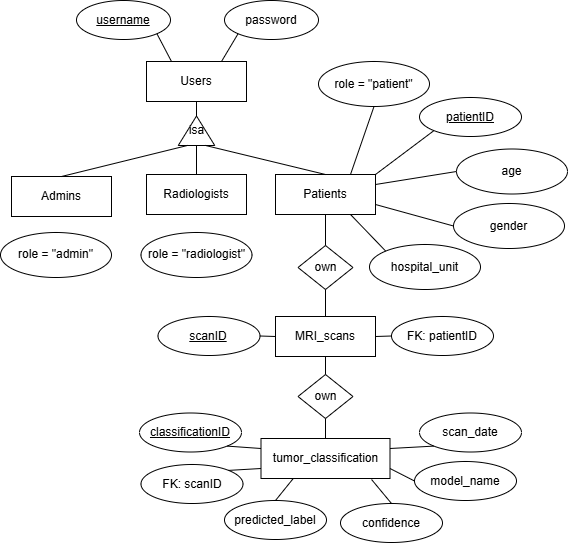
The draw.io diagram MyApp/static/images/ERD.drawio.png in jp74ham/Brain_Tumor_Detection, before a commit. Source tidied: cells renumbered, new cells last; positions are measured from the earlier drawing's top-left corner, leaving out a move shared by most shapes. Source of this version:
```xml
<mxGraphModel>
  <root>
    <mxCell id="0" />
    <mxCell id="1" parent="0" />
    <mxCell id="2" value="Users" style="whiteSpace=wrap;html=1;align=center;strokeColor=default;" parent="1" vertex="1">
      <mxGeometry x="146" y="61" width="100" height="40" as="geometry" />
    </mxCell>
    <mxCell id="3" value="MRI_scans" style="whiteSpace=wrap;html=1;align=center;" parent="1" vertex="1">
      <mxGeometry x="275" y="316" width="100" height="40" as="geometry" />
    </mxCell>
    <mxCell id="4" value="tumor_classification" style="whiteSpace=wrap;html=1;align=center;" parent="1" vertex="1">
      <mxGeometry x="260.5" y="438" width="129" height="40" as="geometry" />
    </mxCell>
    <mxCell id="5" value="Patients" style="whiteSpace=wrap;html=1;align=center;" parent="1" vertex="1">
      <mxGeometry x="275" y="174" width="100" height="40" as="geometry" />
    </mxCell>
    <mxCell id="6" value="Radiologists" style="whiteSpace=wrap;html=1;align=center;" parent="1" vertex="1">
      <mxGeometry x="146" y="174" width="100" height="40" as="geometry" />
    </mxCell>
    <mxCell id="7" value="Admins" style="whiteSpace=wrap;html=1;align=center;" parent="1" vertex="1">
      <mxGeometry x="11" y="176" width="100" height="40" as="geometry" />
    </mxCell>
    <mxCell id="8" value="role = &quot;admin&quot;" style="ellipse;whiteSpace=wrap;html=1;" parent="1" vertex="1">
      <mxGeometry y="232" width="111" height="45" as="geometry" />
    </mxCell>
    <mxCell id="9" value="role = &quot;patient&quot;" style="ellipse;whiteSpace=wrap;html=1;" parent="1" vertex="1">
      <mxGeometry x="318" y="61" width="111" height="45" as="geometry" />
    </mxCell>
    <mxCell id="10" value="role = &quot;radiologist&quot;" style="ellipse;whiteSpace=wrap;html=1;" parent="1" vertex="1">
      <mxGeometry x="140.5" y="232" width="111" height="45" as="geometry" />
    </mxCell>
    <mxCell id="11" value="&lt;u&gt;patientID&lt;/u&gt;" style="ellipse;whiteSpace=wrap;html=1;" parent="1" vertex="1">
      <mxGeometry x="419" y="97" width="102" height="39" as="geometry" />
    </mxCell>
    <mxCell id="12" value="&lt;u&gt;username&lt;/u&gt;" style="ellipse;whiteSpace=wrap;html=1;" parent="1" vertex="1">
      <mxGeometry x="76" width="94" height="39" as="geometry" />
    </mxCell>
    <mxCell id="13" value="password" style="ellipse;whiteSpace=wrap;html=1;" parent="1" vertex="1">
      <mxGeometry x="224" width="94" height="39" as="geometry" />
    </mxCell>
    <mxCell id="14" value="own" style="rhombus;whiteSpace=wrap;html=1;" parent="1" vertex="1">
      <mxGeometry x="297.5" y="245" width="55" height="44" as="geometry" />
    </mxCell>
    <mxCell id="15" value="isa" style="triangle;whiteSpace=wrap;html=1;rotation=-90;textDirection=vertical-lr;labelPosition=center;verticalLabelPosition=middle;align=center;verticalAlign=middle;" parent="1" vertex="1">
      <mxGeometry x="181.2" y="112" width="29.5" height="36.5" as="geometry" />
    </mxCell>
    <mxCell id="16" value="FK: patientID" style="ellipse;whiteSpace=wrap;html=1;" parent="1" vertex="1">
      <mxGeometry x="391" y="316" width="102" height="39" as="geometry" />
    </mxCell>
    <mxCell id="17" value="&lt;u&gt;scanID&lt;/u&gt;" style="ellipse;whiteSpace=wrap;html=1;" parent="1" vertex="1">
      <mxGeometry x="157.5" y="316" width="102" height="39" as="geometry" />
    </mxCell>
    <mxCell id="18" value="FK: scanID" style="ellipse;whiteSpace=wrap;html=1;" parent="1" vertex="1">
      <mxGeometry x="140.5" y="464" width="102" height="39" as="geometry" />
    </mxCell>
    <mxCell id="19" value="scan_date" style="ellipse;whiteSpace=wrap;html=1;" parent="1" vertex="1">
      <mxGeometry x="419" y="412.5" width="102" height="39" as="geometry" />
    </mxCell>
    <mxCell id="20" value="age" style="ellipse;whiteSpace=wrap;html=1;" parent="1" vertex="1">
      <mxGeometry x="456" y="148.5" width="111" height="45" as="geometry" />
    </mxCell>
    <mxCell id="21" value="gender" style="ellipse;whiteSpace=wrap;html=1;" parent="1" vertex="1">
      <mxGeometry x="453" y="203" width="111" height="45" as="geometry" />
    </mxCell>
    <mxCell id="22" value="hospital_unit" style="ellipse;whiteSpace=wrap;html=1;" parent="1" vertex="1">
      <mxGeometry x="369" y="244" width="111" height="45" as="geometry" />
    </mxCell>
    <mxCell id="23" value="&lt;u&gt;classificationID&lt;/u&gt;" style="ellipse;whiteSpace=wrap;html=1;" parent="1" vertex="1">
      <mxGeometry x="139" y="412.5" width="102" height="39" as="geometry" />
    </mxCell>
    <mxCell id="24" style="edgeStyle=none;curved=1;rounded=0;jettySize=auto;html=1;exitX=0.5;exitY=0;exitDx=0;exitDy=0;entryX=0;entryY=0.25;entryDx=0;entryDy=0;fontSize=12;startSize=8;endSize=8;endArrow=none;endFill=0;" parent="1" edge="1" source="7" target="15">
      <mxGeometry relative="1" as="geometry" />
    </mxCell>
    <mxCell id="25" style="edgeStyle=none;curved=1;rounded=0;jettySize=auto;html=1;exitX=0.5;exitY=0;exitDx=0;exitDy=0;entryX=0;entryY=0.5;entryDx=0;entryDy=0;fontSize=12;startSize=8;endSize=8;endArrow=none;endFill=0;" parent="1" edge="1" source="6" target="15">
      <mxGeometry relative="1" as="geometry" />
    </mxCell>
    <mxCell id="26" style="edgeStyle=none;curved=1;rounded=0;jettySize=auto;html=1;exitX=0;exitY=0.75;exitDx=0;exitDy=0;entryX=0.5;entryY=0;entryDx=0;entryDy=0;fontSize=12;startSize=8;endSize=8;endArrow=none;endFill=0;" parent="1" edge="1" source="15" target="5">
      <mxGeometry relative="1" as="geometry" />
    </mxCell>
    <mxCell id="27" style="edgeStyle=none;curved=1;rounded=0;jettySize=auto;html=1;exitX=0.75;exitY=0;exitDx=0;exitDy=0;entryX=0.5;entryY=1;entryDx=0;entryDy=0;fontSize=12;startSize=8;endSize=8;endArrow=none;endFill=0;" parent="1" edge="1" source="5" target="9">
      <mxGeometry relative="1" as="geometry" />
    </mxCell>
    <mxCell id="28" style="edgeStyle=none;curved=1;rounded=0;jettySize=auto;html=1;exitX=1;exitY=0;exitDx=0;exitDy=0;entryX=0;entryY=1;entryDx=0;entryDy=0;fontSize=12;startSize=8;endSize=8;endArrow=none;endFill=0;" parent="1" edge="1" source="5" target="11">
      <mxGeometry relative="1" as="geometry" />
    </mxCell>
    <mxCell id="29" style="edgeStyle=none;curved=1;rounded=0;jettySize=auto;html=1;exitX=1;exitY=0.25;exitDx=0;exitDy=0;entryX=0;entryY=0.5;entryDx=0;entryDy=0;fontSize=12;startSize=8;endSize=8;endArrow=none;endFill=0;" parent="1" edge="1" source="5" target="20">
      <mxGeometry relative="1" as="geometry" />
    </mxCell>
    <mxCell id="30" style="edgeStyle=none;curved=1;rounded=0;jettySize=auto;html=1;exitX=1;exitY=0.75;exitDx=0;exitDy=0;entryX=0;entryY=0.5;entryDx=0;entryDy=0;fontSize=12;startSize=8;endSize=8;endArrow=none;endFill=0;" parent="1" edge="1" source="5" target="21">
      <mxGeometry relative="1" as="geometry" />
    </mxCell>
    <mxCell id="31" style="edgeStyle=none;curved=1;rounded=0;jettySize=auto;html=1;exitX=0.75;exitY=1;exitDx=0;exitDy=0;entryX=0;entryY=0;entryDx=0;entryDy=0;fontSize=12;startSize=8;endSize=8;endArrow=none;endFill=0;" parent="1" edge="1" source="5" target="22">
      <mxGeometry relative="1" as="geometry" />
    </mxCell>
    <mxCell id="32" style="edgeStyle=none;curved=1;rounded=0;jettySize=auto;html=1;exitX=0.5;exitY=0;exitDx=0;exitDy=0;entryX=0.5;entryY=1;entryDx=0;entryDy=0;fontSize=12;startSize=8;endSize=8;endArrow=none;endFill=0;" parent="1" edge="1" source="14" target="5">
      <mxGeometry relative="1" as="geometry" />
    </mxCell>
    <mxCell id="33" style="edgeStyle=none;curved=1;rounded=0;jettySize=auto;html=1;exitX=1;exitY=0.5;exitDx=0;exitDy=0;entryX=0.5;entryY=1;entryDx=0;entryDy=0;fontSize=12;startSize=8;endSize=8;endArrow=none;endFill=0;" parent="1" edge="1" source="15" target="2">
      <mxGeometry relative="1" as="geometry" />
    </mxCell>
    <mxCell id="34" style="edgeStyle=none;curved=1;rounded=0;jettySize=auto;html=1;exitX=0.75;exitY=0;exitDx=0;exitDy=0;entryX=0;entryY=1;entryDx=0;entryDy=0;fontSize=12;startSize=8;endSize=8;endArrow=none;endFill=0;" parent="1" edge="1" source="2" target="13">
      <mxGeometry relative="1" as="geometry" />
    </mxCell>
    <mxCell id="35" style="edgeStyle=none;curved=1;rounded=0;jettySize=auto;html=1;exitX=0.25;exitY=0;exitDx=0;exitDy=0;entryX=1;entryY=1;entryDx=0;entryDy=0;fontSize=12;startSize=8;endSize=8;endArrow=none;endFill=0;" parent="1" edge="1" source="2" target="12">
      <mxGeometry relative="1" as="geometry" />
    </mxCell>
    <mxCell id="36" style="edgeStyle=none;curved=1;rounded=0;jettySize=auto;html=1;exitX=0.5;exitY=1;exitDx=0;exitDy=0;entryX=0.5;entryY=0;entryDx=0;entryDy=0;fontSize=12;startSize=8;endSize=8;endArrow=none;endFill=0;" parent="1" edge="1" source="14" target="3">
      <mxGeometry relative="1" as="geometry" />
    </mxCell>
    <mxCell id="37" style="edgeStyle=none;curved=1;rounded=0;jettySize=auto;html=1;exitX=1;exitY=0.5;exitDx=0;exitDy=0;entryX=0;entryY=0.5;entryDx=0;entryDy=0;fontSize=12;startSize=8;endSize=8;endArrow=none;endFill=0;" parent="1" edge="1" source="17" target="3">
      <mxGeometry relative="1" as="geometry" />
    </mxCell>
    <mxCell id="38" style="edgeStyle=none;curved=1;rounded=0;jettySize=auto;html=1;exitX=1;exitY=0.5;exitDx=0;exitDy=0;entryX=0;entryY=0.5;entryDx=0;entryDy=0;fontSize=12;startSize=8;endSize=8;endArrow=none;endFill=0;" parent="1" edge="1" source="3" target="16">
      <mxGeometry relative="1" as="geometry" />
    </mxCell>
    <mxCell id="39" value="predicted_label" style="ellipse;whiteSpace=wrap;html=1;" parent="1" vertex="1">
      <mxGeometry x="224" y="500" width="102" height="39" as="geometry" />
    </mxCell>
    <mxCell id="40" value="confidence" style="ellipse;whiteSpace=wrap;html=1;" parent="1" vertex="1">
      <mxGeometry x="340" y="503" width="102" height="39" as="geometry" />
    </mxCell>
    <mxCell id="41" value="model_name" style="ellipse;whiteSpace=wrap;html=1;" parent="1" vertex="1">
      <mxGeometry x="414" y="461" width="102" height="39" as="geometry" />
    </mxCell>
    <mxCell id="42" value="own" style="rhombus;whiteSpace=wrap;html=1;" parent="1" vertex="1">
      <mxGeometry x="297.5" y="374" width="55" height="44" as="geometry" />
    </mxCell>
    <mxCell id="43" style="edgeStyle=none;curved=1;rounded=0;jettySize=auto;html=1;exitX=0.5;exitY=0;exitDx=0;exitDy=0;entryX=0.5;entryY=1;entryDx=0;entryDy=0;fontSize=12;startSize=8;endSize=8;endArrow=none;endFill=0;" parent="1" edge="1" source="42" target="3">
      <mxGeometry relative="1" as="geometry" />
    </mxCell>
    <mxCell id="44" style="edgeStyle=none;curved=1;rounded=0;jettySize=auto;html=1;entryX=0.5;entryY=0;entryDx=0;entryDy=0;fontSize=12;startSize=8;endSize=8;endArrow=none;endFill=0;exitX=0.5;exitY=1;exitDx=0;exitDy=0;" parent="1" edge="1" source="42" target="4">
      <mxGeometry relative="1" as="geometry" />
    </mxCell>
    <mxCell id="45" style="edgeStyle=none;curved=1;rounded=0;jettySize=auto;html=1;exitX=1;exitY=0.25;exitDx=0;exitDy=0;entryX=0;entryY=1;entryDx=0;entryDy=0;fontSize=12;startSize=8;endSize=8;endArrow=none;endFill=0;" parent="1" edge="1" source="4" target="19">
      <mxGeometry relative="1" as="geometry" />
    </mxCell>
    <mxCell id="46" style="edgeStyle=none;curved=1;rounded=0;jettySize=auto;html=1;exitX=0;exitY=0.5;exitDx=0;exitDy=0;entryX=1;entryY=0.75;entryDx=0;entryDy=0;fontSize=12;startSize=8;endSize=8;endArrow=none;endFill=0;" parent="1" edge="1" source="41" target="4">
      <mxGeometry relative="1" as="geometry" />
    </mxCell>
    <mxCell id="47" style="edgeStyle=none;curved=1;rounded=0;jettySize=auto;html=1;exitX=0.5;exitY=0;exitDx=0;exitDy=0;entryX=0.857;entryY=1.025;entryDx=0;entryDy=0;fontSize=12;startSize=8;endSize=8;endArrow=none;endFill=0;entryPerimeter=0;" parent="1" edge="1" source="40" target="4">
      <mxGeometry relative="1" as="geometry" />
    </mxCell>
    <mxCell id="48" style="edgeStyle=none;curved=1;rounded=0;jettySize=auto;html=1;exitX=0.5;exitY=0;exitDx=0;exitDy=0;entryX=0.25;entryY=1;entryDx=0;entryDy=0;fontSize=12;startSize=8;endSize=8;endArrow=none;endFill=0;" parent="1" edge="1" source="39" target="4">
      <mxGeometry relative="1" as="geometry" />
    </mxCell>
    <mxCell id="49" style="edgeStyle=none;curved=1;rounded=0;jettySize=auto;html=1;exitX=1;exitY=0;exitDx=0;exitDy=0;entryX=0;entryY=0.75;entryDx=0;entryDy=0;fontSize=12;startSize=8;endSize=8;endArrow=none;endFill=0;" parent="1" edge="1" source="18" target="4">
      <mxGeometry relative="1" as="geometry" />
    </mxCell>
    <mxCell id="50" style="edgeStyle=none;curved=1;rounded=0;jettySize=auto;html=1;exitX=0;exitY=0.25;exitDx=0;exitDy=0;entryX=1;entryY=1;entryDx=0;entryDy=0;fontSize=12;startSize=8;endSize=8;endArrow=none;endFill=0;" parent="1" edge="1" source="4" target="23">
      <mxGeometry relative="1" as="geometry" />
    </mxCell>
  </root>
</mxGraphModel>
```
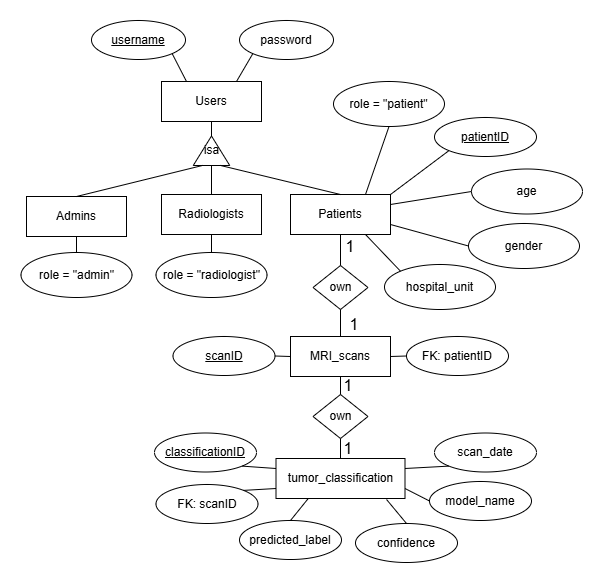
The same file after the commit.

The edit, as a diff of the source:
```diff
@@ -21,7 +21,7 @@
       <mxGeometry x="11" y="176" width="100" height="40" as="geometry" />
     </mxCell>
     <mxCell id="8" value="role = &quot;admin&quot;" style="ellipse;whiteSpace=wrap;html=1;" parent="1" vertex="1">
-      <mxGeometry y="232" width="111" height="45" as="geometry" />
+      <mxGeometry x="5.5" y="232" width="111" height="45" as="geometry" />
     </mxCell>
     <mxCell id="9" value="role = &quot;patient&quot;" style="ellipse;whiteSpace=wrap;html=1;" parent="1" vertex="1">
       <mxGeometry x="318" y="61" width="111" height="45" as="geometry" />
@@ -149,5 +149,26 @@
     <mxCell id="50" style="edgeStyle=none;curved=1;rounded=0;jettySize=auto;html=1;exitX=0;exitY=0.25;exitDx=0;exitDy=0;entryX=1;entryY=1;entryDx=0;entryDy=0;fontSize=12;startSize=8;endSize=8;endArrow=none;endFill=0;" parent="1" edge="1" source="4" target="23">
       <mxGeometry relative="1" as="geometry" />
     </mxCell>
+    <mxCell id="51" style="edgeStyle=none;curved=1;rounded=0;jettySize=auto;html=1;exitX=0.5;exitY=0;exitDx=0;exitDy=0;fontSize=12;startSize=8;endSize=8;endArrow=none;endFill=0;entryX=0.5;entryY=1;entryDx=0;entryDy=0;" parent="1" edge="1" source="10" target="6">
+      <mxGeometry relative="1" as="geometry" />
+    </mxCell>
+    <mxCell id="52" style="edgeStyle=none;curved=1;rounded=0;orthogonalLoop=1;jettySize=auto;html=1;entryX=0.5;entryY=1;entryDx=0;entryDy=0;fontSize=12;startSize=8;endSize=8;" parent="1" edge="1" source="6" target="6">
+      <mxGeometry relative="1" as="geometry" />
+    </mxCell>
+    <mxCell id="53" value="1" style="text;html=1;whiteSpace=wrap;strokeColor=none;fillColor=none;align=center;verticalAlign=middle;rounded=0;fontSize=16;" parent="1" vertex="1">
+      <mxGeometry x="303" y="350" width="60" height="30" as="geometry" />
+    </mxCell>
+    <mxCell id="54" value="1" style="text;html=1;whiteSpace=wrap;strokeColor=none;fillColor=none;align=center;verticalAlign=middle;rounded=0;fontSize=16;" parent="1" vertex="1">
+      <mxGeometry x="303" y="412.5" width="60" height="30" as="geometry" />
+    </mxCell>
+    <mxCell id="55" value="1" style="text;html=1;whiteSpace=wrap;strokeColor=none;fillColor=none;align=center;verticalAlign=middle;rounded=0;fontSize=16;" parent="1" vertex="1">
+      <mxGeometry x="305" y="210.5" width="60" height="30" as="geometry" />
+    </mxCell>
+    <mxCell id="56" value="1" style="text;html=1;whiteSpace=wrap;strokeColor=none;fillColor=none;align=center;verticalAlign=middle;rounded=0;fontSize=16;" parent="1" vertex="1">
+      <mxGeometry x="309" y="289" width="60" height="30" as="geometry" />
+    </mxCell>
+    <mxCell id="57" style="edgeStyle=none;curved=1;rounded=0;jettySize=auto;html=1;exitX=0.5;exitY=0;exitDx=0;exitDy=0;fontSize=12;startSize=8;endSize=8;endArrow=none;endFill=0;entryX=0.5;entryY=1;entryDx=0;entryDy=0;" parent="1" edge="1" source="8" target="7">
+      <mxGeometry relative="1" as="geometry" />
+    </mxCell>
   </root>
 </mxGraphModel>
```
